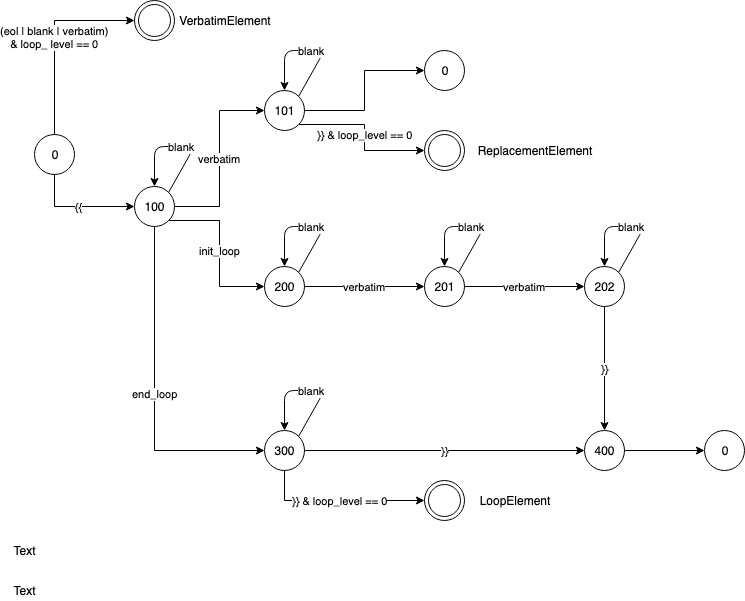
The draw.io diagram docs/images/parser_state_machine.png in loski07/template_engine, before a commit. Source tidied: cells renumbered, new cells last; positions are measured from the earlier drawing's top-left corner, leaving out a move shared by most shapes.
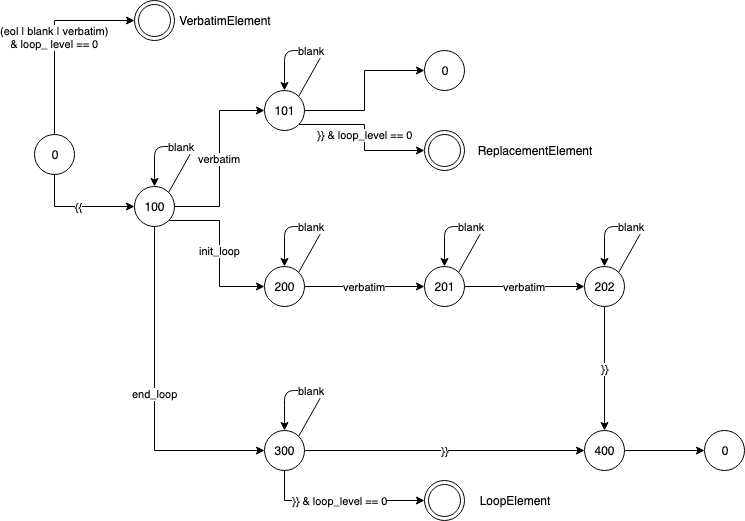
After the commit.

Commit message:
Fix error in drawing

The edit, as a diff of the source:
```diff
@@ -132,15 +132,9 @@
     <mxCell id="33" value="0" style="ellipse;whiteSpace=wrap;html=1;" parent="1" vertex="1">
       <mxGeometry x="700" y="430" width="40" height="40" as="geometry" />
     </mxCell>
-    <mxCell id="34" value="Text" style="text;html=1;strokeColor=none;fillColor=none;align=center;verticalAlign=middle;whiteSpace=wrap;rounded=0;" parent="1" vertex="1">
-      <mxGeometry y="540" width="40" height="20" as="geometry" />
-    </mxCell>
     <mxCell id="35" value="&lt;div&gt;VerbatimElement&lt;/div&gt;" style="text;html=1;strokeColor=none;fillColor=none;align=center;verticalAlign=middle;whiteSpace=wrap;rounded=0;" parent="1" vertex="1">
       <mxGeometry x="200" y="10" width="40" height="20" as="geometry" />
     </mxCell>
-    <mxCell id="36" value="Text" style="text;html=1;strokeColor=none;fillColor=none;align=center;verticalAlign=middle;whiteSpace=wrap;rounded=0;" parent="1" vertex="1">
-      <mxGeometry y="580" width="40" height="20" as="geometry" />
-    </mxCell>
     <mxCell id="37" value="&lt;div&gt;ReplacementElement&lt;/div&gt;" style="text;html=1;strokeColor=none;fillColor=none;align=center;verticalAlign=middle;whiteSpace=wrap;rounded=0;" parent="1" vertex="1">
       <mxGeometry x="510" y="140" width="40" height="20" as="geometry" />
     </mxCell>
```
